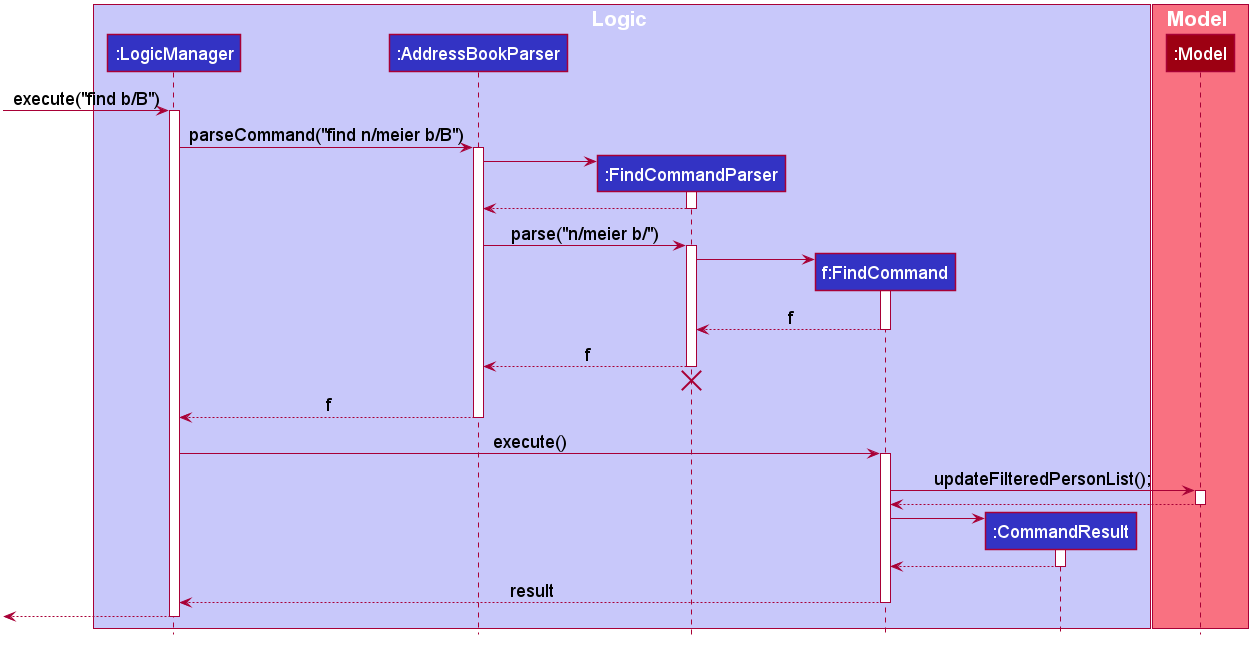
Before: docs/images/FindSequenceDiagram.png, a diagram exported from PlantUML (yanchenglee98/tp).
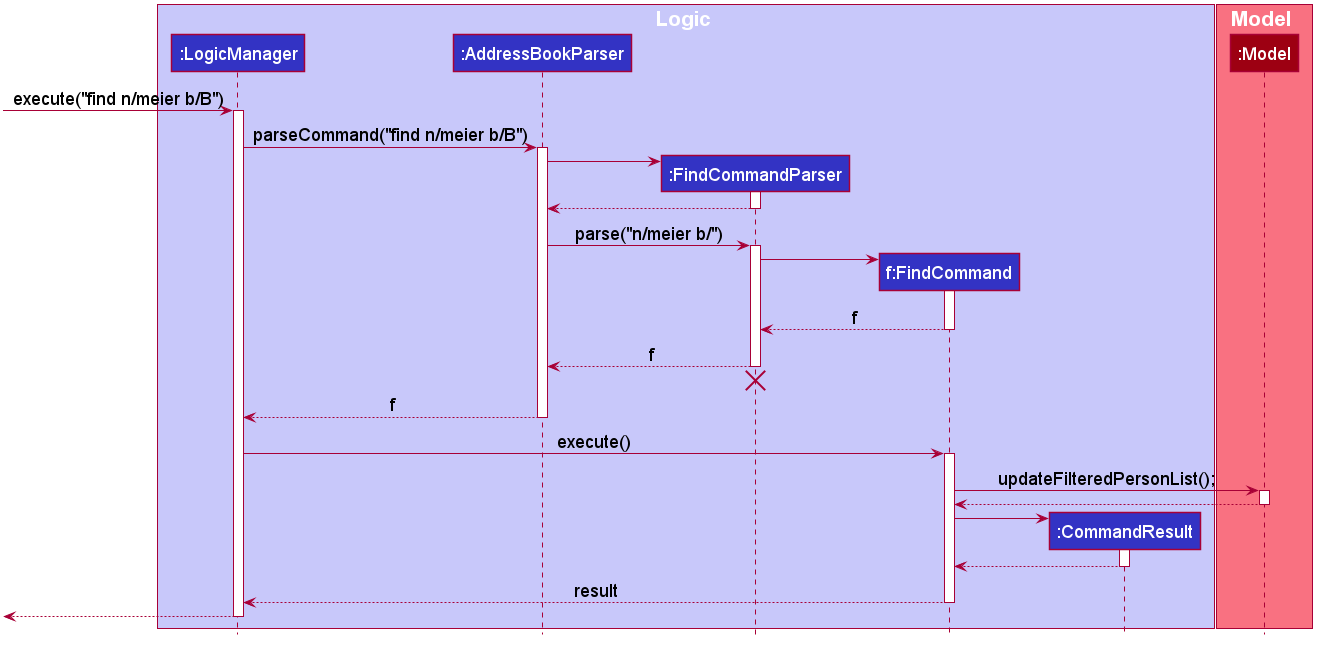
Above is the later version.

Commit message:
Correct sequence image

The edit, as a diff of the source:
```diff
@@ -66,7 +66,7 @@
 participant ":Model" as Model #9D0012
 end box
 
-[-> LogicManager : execute("find b/B")
+[-> LogicManager : execute("find n/meier b/B")
 activate LogicManager
 
 LogicManager -> AddressBookParser : parseCommand("find n/meier b/B")
```
